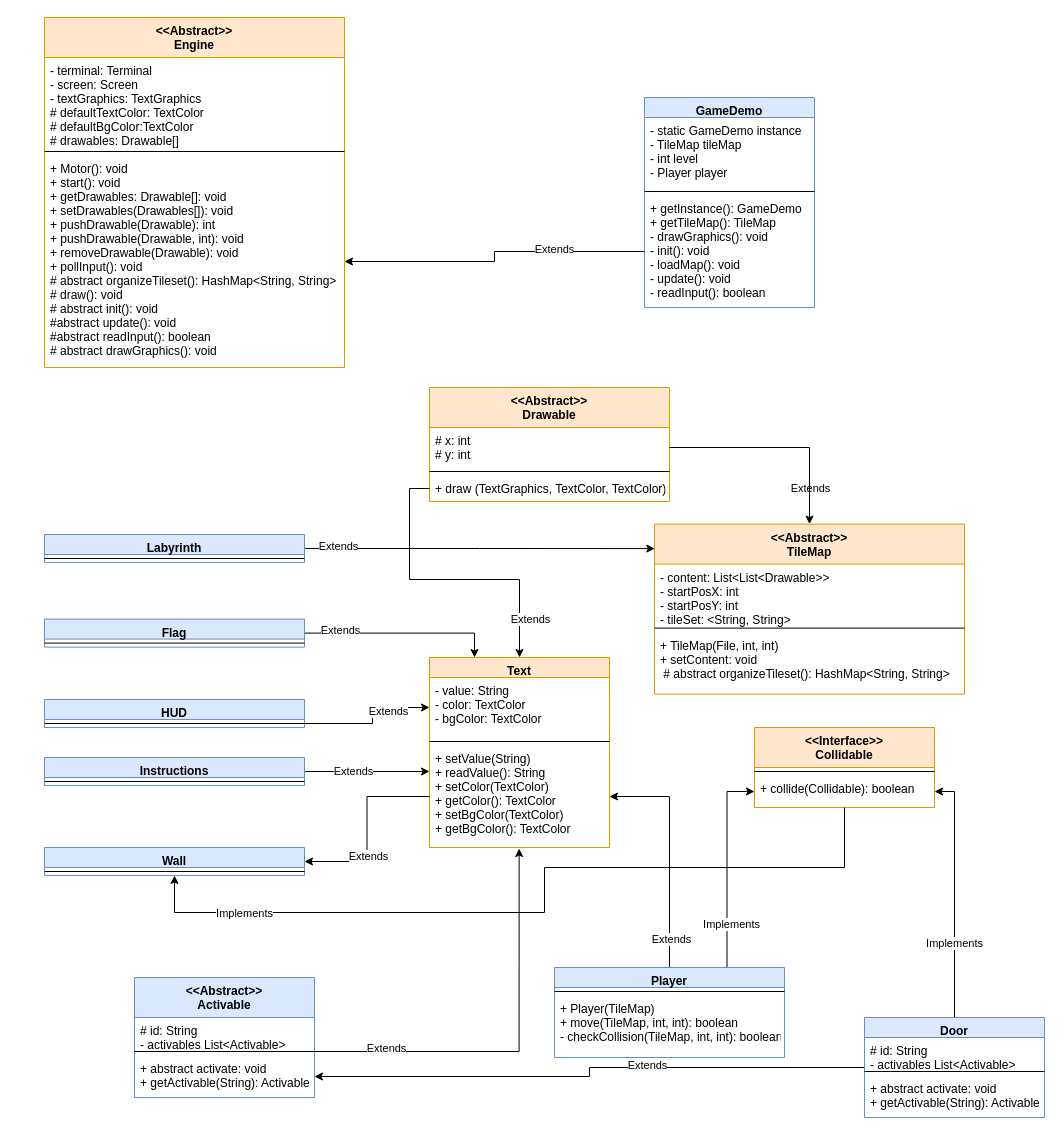
The draw.io diagram Diagrama.drawio in MrCacaja/Termigame, before the edit. Source tidied: cells renumbered, new cells numbered last; positions are measured from the earlier drawing's top-left corner, leaving out a move shared by most shapes. Both pictures are drawn from the tidied source at 100%, with x=0, y=0 at pixel (44, 17).
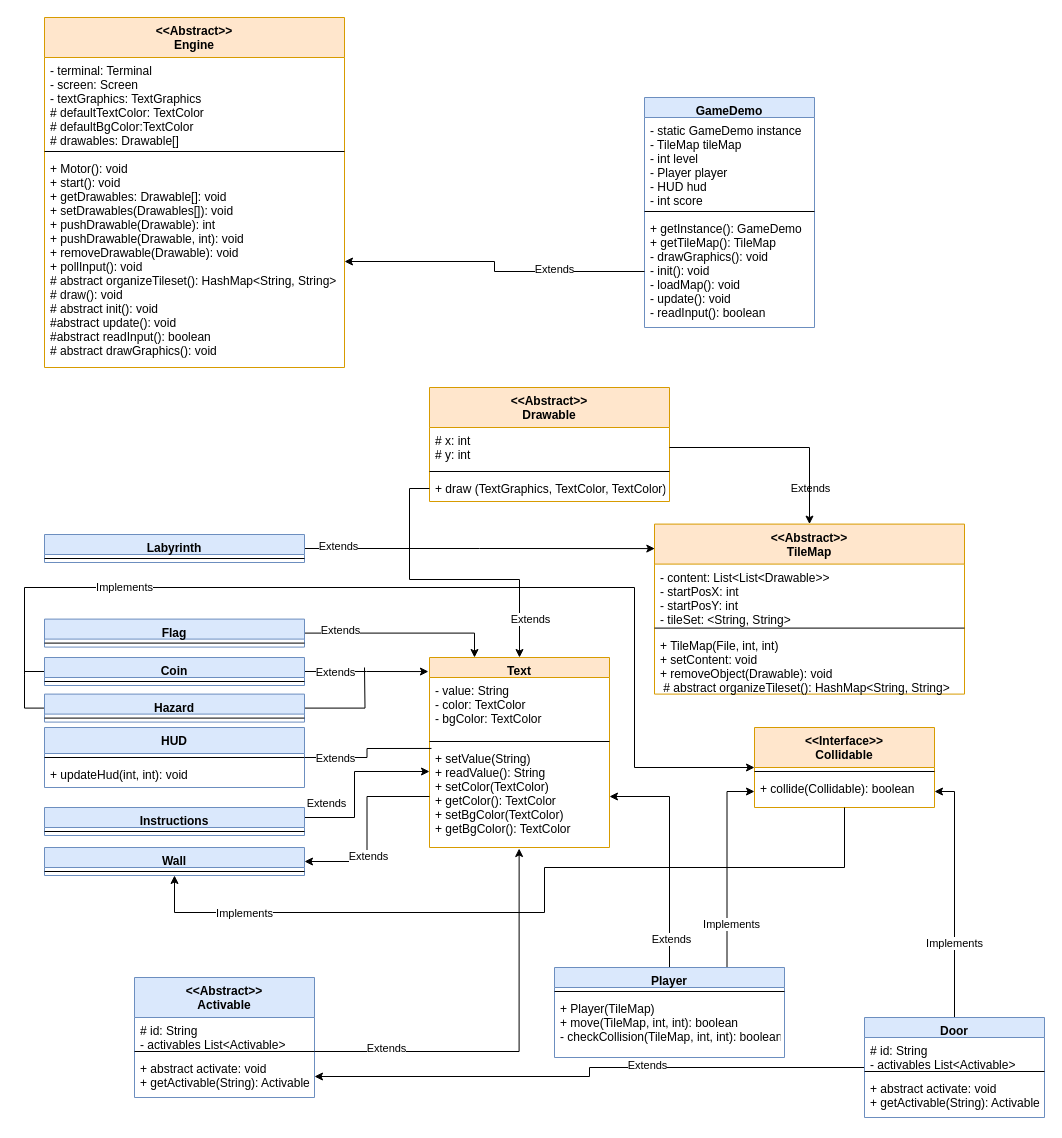
Above is the later version.

Unchanged cells that the change refers to:
```xml
<mxCell id="10" value="Text" style="swimlane;fontStyle=1;align=center;verticalAlign=top;horizontal=1;startSize=20;fillColor=#ffe6cc;strokeColor=#d79b00;rounded=0;" parent="1" vertex="1">
  <mxGeometry x="385" y="640" width="180" height="190" as="geometry" />
</mxCell>
<mxCell id="11" value="- value: String&#10;- color: TextColor&#10;- bgColor: TextColor" style="text;strokeColor=none;fillColor=none;align=left;verticalAlign=top;spacingLeft=4;spacingRight=4;overflow=hidden;points=[[0,0.5],[1,0.5]];portConstraint=eastwest;rounded=0;" parent="10" vertex="1">
  <mxGeometry y="20" width="180" height="60" as="geometry" />
</mxCell>
<mxCell id="13" value="+ setValue(String)&#10;+ readValue(): String&#10;+ setColor(TextColor)&#10;+ getColor(): TextColor&#10;+ setBgColor(TextColor)&#10;+ getBgColor(): TextColor" style="text;strokeColor=none;fillColor=none;align=left;verticalAlign=top;spacingLeft=4;spacingRight=4;overflow=hidden;points=[[0,0.5],[1,0.5]];portConstraint=eastwest;rounded=0;" parent="10" vertex="1">
  <mxGeometry y="88" width="180" height="102" as="geometry" />
</mxCell>
<mxCell id="16" value="&lt;&lt;Interface&gt;&gt;&#10;Collidable" style="swimlane;fontStyle=1;align=center;verticalAlign=top;horizontal=1;startSize=40;fillColor=#ffe6cc;strokeColor=#d79b00;rounded=0;" parent="1" vertex="1">
  <mxGeometry x="710" y="710" width="180" height="80" as="geometry" />
</mxCell>
<mxCell id="26" value="&lt;&lt;Abstract&gt;&gt;&#10;TileMap" style="swimlane;fontStyle=1;align=center;verticalAlign=top;horizontal=1;startSize=40;fillColor=#ffe6cc;strokeColor=#d79b00;rounded=0;" parent="1" vertex="1">
  <mxGeometry x="610" y="506.6" width="310" height="170" as="geometry" />
</mxCell>
```

What changed in the source:
```diff
@@
-    <mxCell id="29" value="+ TileMap(File, int, int)&#10;+ setContent: void&#10; # abstract organizeTileset(): HashMap&lt;String, String&gt;" style="text;strokeColor=none;fillColor=none;align=left;verticalAlign=top;spacingLeft=4;spacingRight=4;overflow=hidden;rounded=0;" parent="26" vertex="1">
+    <mxCell id="29" value="+ TileMap(File, int, int)&#10;+ setContent: void&#10;+ removeObject(Drawable): void&#10; # abstract organizeTileset(): HashMap&lt;String, String&gt;" style="text;strokeColor=none;fillColor=none;align=left;verticalAlign=top;spacingLeft=4;spacingRight=4;overflow=hidden;rounded=0;" parent="26" vertex="1">
       <mxGeometry y="108" width="310" height="62" as="geometry" />
     </mxCell>
@@
     <mxCell id="38" value="GameDemo" style="swimlane;fontStyle=1;align=center;verticalAlign=top;horizontal=1;startSize=20;fillColor=#dae8fc;strokeColor=#6c8ebf;rounded=0;" parent="1" vertex="1">
-      <mxGeometry x="600" y="80" width="170" height="210" as="geometry" />
+      <mxGeometry x="600" y="80" width="170" height="230" as="geometry" />
     </mxCell>
-    <mxCell id="39" value="- static GameDemo instance&#10;- TileMap tileMap&#10;- int level&#10;- Player player" style="text;strokeColor=none;fillColor=none;align=left;verticalAlign=top;spacingLeft=4;spacingRight=4;overflow=hidden;rounded=0;" parent="38" vertex="1">
-      <mxGeometry y="20" width="170" height="70" as="geometry" />
+    <mxCell id="39" value="- static GameDemo instance&#10;- TileMap tileMap&#10;- int level&#10;- Player player&#10;- HUD hud&#10;- int score" style="text;strokeColor=none;fillColor=none;align=left;verticalAlign=top;spacingLeft=4;spacingRight=4;overflow=hidden;rounded=0;" parent="38" vertex="1">
+      <mxGeometry y="20" width="170" height="90" as="geometry" />
     </mxCell>
     <mxCell id="40" style="line;strokeWidth=1;fillColor=none;align=left;verticalAlign=middle;spacingTop=-1;spacingLeft=3;spacingRight=3;labelPosition=right;rounded=0;" parent="38" vertex="1">
-      <mxGeometry y="90" width="170" height="8" as="geometry" />
+      <mxGeometry y="110" width="170" height="8" as="geometry" />
     </mxCell>
     <mxCell id="41" value="+ getInstance(): GameDemo&#10;+ getTileMap(): TileMap&#10;- drawGraphics(): void&#10;- init(): void&#10;- loadMap(): void&#10;- update(): void&#10;- readInput(): boolean" style="text;strokeColor=none;fillColor=none;align=left;verticalAlign=top;spacingLeft=4;spacingRight=4;overflow=hidden;points=[[0,0.5],[1,0.5]];portConstraint=eastwest;rounded=0;" parent="38" vertex="1">
-      <mxGeometry y="98" width="170" height="112" as="geometry" />
+      <mxGeometry y="118" width="170" height="112" as="geometry" />
     </mxCell>
@@
-    <mxCell id="48" value="HUD" style="swimlane;fontStyle=1;align=center;verticalAlign=top;horizontal=1;startSize=20;fillColor=#dae8fc;strokeColor=#6c8ebf;rounded=0;" parent="1" vertex="1">
-      <mxGeometry y="682" width="260" height="28" as="geometry" />
-    </mxCell>
-    <mxCell id="49" style="line;strokeWidth=1;fillColor=none;align=left;verticalAlign=middle;spacingTop=-1;spacingLeft=3;spacingRight=3;labelPosition=right;points=[];portConstraint=eastwest;rounded=0;" parent="48" vertex="1">
-      <mxGeometry y="20" width="260" height="8" as="geometry" />
-    </mxCell>
-    <mxCell id="50" style="edgeStyle=orthogonalEdgeStyle;rounded=0;jettySize=auto;html=1;" parent="1" edge="1" source="49" target="11">
-      <mxGeometry relative="1" as="geometry">
-        <Array as="points">
-          <mxPoint x="328" y="706" />
-          <mxPoint x="328" y="690" />
-        </Array>
-      </mxGeometry>
-    </mxCell>
-    <mxCell id="51" value="Extends" style="edgeLabel;html=1;align=center;verticalAlign=middle;rounded=0;" parent="50" vertex="1">
-      <mxGeometry x="0.4" y="-3" relative="1" as="geometry" />
-    </mxCell>
     <mxCell id="52" style="edgeStyle=orthogonalEdgeStyle;rounded=0;jettySize=auto;html=1;entryX=0;entryY=0.255;entryDx=0;entryDy=0;entryPerimeter=0;" parent="1" edge="1" source="54" target="13">
-      <mxGeometry relative="1" as="geometry" />
+      <mxGeometry relative="1" as="geometry">
+        <Array as="points">
+          <mxPoint x="310" y="800" />
+          <mxPoint x="310" y="754" />
+        </Array>
+      </mxGeometry>
     </mxCell>
     <mxCell id="53" value="Extends" style="edgeLabel;html=1;align=center;verticalAlign=middle;rounded=0;" parent="52" vertex="1">
-      <mxGeometry x="-0.23" y="1" relative="1" as="geometry" />
+      <mxGeometry x="-0.23" y="1" relative="1" as="geometry">
+        <mxPoint x="-28" y="1" as="offset" />
+      </mxGeometry>
     </mxCell>
     <mxCell id="54" value="Instructions" style="swimlane;fontStyle=1;align=center;verticalAlign=top;horizontal=1;startSize=20;fillColor=#dae8fc;strokeColor=#6c8ebf;rounded=0;" parent="1" vertex="1">
-      <mxGeometry y="740" width="260" height="28" as="geometry" />
+      <mxGeometry y="790" width="260" height="28" as="geometry" />
     </mxCell>
@@
+    <mxCell id="74" style="edgeStyle=orthogonalEdgeStyle;rounded=0;jettySize=auto;html=1;entryX=-0.006;entryY=0.074;entryDx=0;entryDy=0;entryPerimeter=0;" parent="1" edge="1" source="78" target="10">
+      <mxGeometry relative="1" as="geometry">
+        <Array as="points">
+          <mxPoint x="322" y="654" />
+          <mxPoint x="322" y="654" />
+        </Array>
+      </mxGeometry>
+    </mxCell>
+    <mxCell id="75" value="Extends" style="edgeLabel;html=1;align=center;verticalAlign=middle;" parent="74" vertex="1">
+      <mxGeometry x="-0.73" y="1" relative="1" as="geometry">
+        <mxPoint x="13" y="1" as="offset" />
+      </mxGeometry>
+    </mxCell>
+    <mxCell id="76" style="edgeStyle=orthogonalEdgeStyle;rounded=0;jettySize=auto;html=1;exitX=0;exitY=0.5;exitDx=0;exitDy=0;entryX=0;entryY=0.5;entryDx=0;entryDy=0;" parent="1" edge="1" source="78" target="16">
+      <mxGeometry relative="1" as="geometry">
+        <Array as="points">
+          <mxPoint x="-20" y="654" />
+          <mxPoint x="-20" y="570" />
+          <mxPoint x="590" y="570" />
+          <mxPoint x="590" y="750" />
+        </Array>
+      </mxGeometry>
+    </mxCell>
+    <mxCell id="77" value="Implements" style="edgeLabel;html=1;align=center;verticalAlign=middle;" parent="76" vertex="1">
+      <mxGeometry x="-0.6" y="1" relative="1" as="geometry" />
+    </mxCell>
+    <mxCell id="78" value="Coin" style="swimlane;fontStyle=1;align=center;verticalAlign=top;horizontal=1;startSize=20;fillColor=#dae8fc;strokeColor=#6c8ebf;rounded=0;" parent="1" vertex="1">
+      <mxGeometry y="640" width="260" height="28" as="geometry" />
+    </mxCell>
+    <mxCell id="79" style="line;strokeWidth=1;fillColor=none;align=left;verticalAlign=middle;spacingTop=-1;spacingLeft=3;spacingRight=3;labelPosition=right;rounded=0;" parent="78" vertex="1">
+      <mxGeometry y="20" width="260" height="8" as="geometry" />
+    </mxCell>
+    <mxCell id="80" style="edgeStyle=orthogonalEdgeStyle;rounded=0;jettySize=auto;html=1;exitX=0;exitY=0.5;exitDx=0;exitDy=0;endArrow=none;endFill=0;" parent="1" edge="1" source="82">
+      <mxGeometry relative="1" as="geometry">
+        <mxPoint x="-20" y="650" as="targetPoint" />
+      </mxGeometry>
+    </mxCell>
+    <mxCell id="81" style="edgeStyle=orthogonalEdgeStyle;rounded=0;jettySize=auto;html=1;endArrow=none;endFill=0;" parent="1" edge="1" source="82">
+      <mxGeometry relative="1" as="geometry">
+        <mxPoint x="320" y="650" as="targetPoint" />
+      </mxGeometry>
+    </mxCell>
+    <mxCell id="82" value="Hazard" style="swimlane;fontStyle=1;align=center;verticalAlign=top;horizontal=1;startSize=20;fillColor=#dae8fc;strokeColor=#6c8ebf;rounded=0;" parent="1" vertex="1">
+      <mxGeometry y="676.6" width="260" height="28" as="geometry" />
+    </mxCell>
+    <mxCell id="83" style="line;strokeWidth=1;fillColor=none;align=left;verticalAlign=middle;spacingTop=-1;spacingLeft=3;spacingRight=3;labelPosition=right;rounded=0;" parent="82" vertex="1">
+      <mxGeometry y="20" width="260" height="8" as="geometry" />
+    </mxCell>
+    <mxCell id="84" style="edgeStyle=orthogonalEdgeStyle;rounded=0;jettySize=auto;html=1;entryX=0.011;entryY=0.029;entryDx=0;entryDy=0;entryPerimeter=0;endArrow=none;endFill=0;" parent="1" edge="1" source="48" target="13">
+      <mxGeometry relative="1" as="geometry" />
+    </mxCell>
+    <mxCell id="85" value="Extends" style="edgeLabel;html=1;align=center;verticalAlign=middle;" parent="84" vertex="1">
+      <mxGeometry x="-0.74" y="-3" relative="1" as="geometry">
+        <mxPoint x="12" y="-3" as="offset" />
+      </mxGeometry>
+    </mxCell>
+    <mxCell id="48" value="HUD" style="swimlane;fontStyle=1;align=center;verticalAlign=top;horizontal=1;startSize=26;fillColor=#dae8fc;strokeColor=#6c8ebf;" parent="1" vertex="1">
+      <mxGeometry y="710" width="260" height="60" as="geometry" />
+    </mxCell>
+    <mxCell id="86" style="line;strokeWidth=1;fillColor=none;align=left;verticalAlign=middle;spacingTop=-1;spacingLeft=3;spacingRight=3;labelPosition=right;" parent="48" vertex="1">
+      <mxGeometry y="26" width="260" height="8" as="geometry" />
+    </mxCell>
+    <mxCell id="87" value="+ updateHud(int, int): void" style="text;strokeColor=none;fillColor=none;align=left;verticalAlign=top;spacingLeft=4;spacingRight=4;overflow=hidden;" parent="48" vertex="1">
+      <mxGeometry y="34" width="260" height="26" as="geometry" />
+    </mxCell>
```
